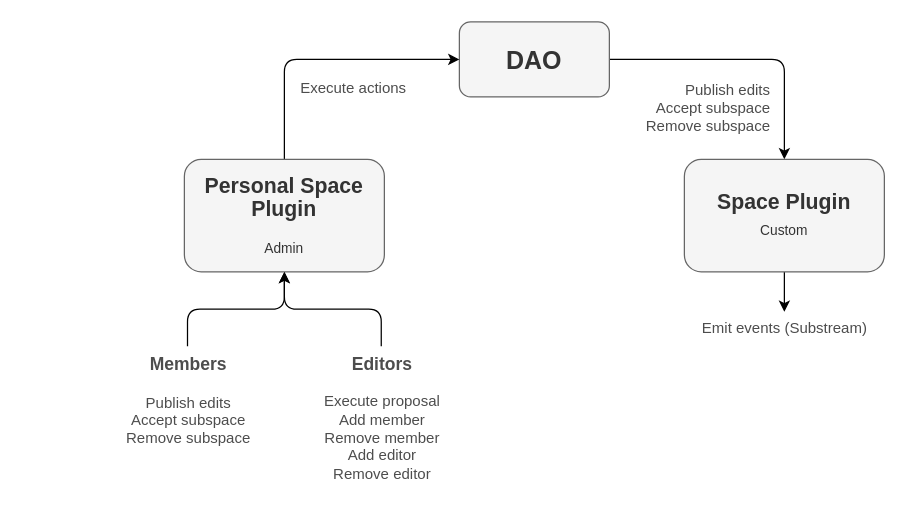
Before: page "Personal 1" (6 of 9) of img/Geo Diagrams.drawio in aragon/geo-browser-contracts, a draw.io diagram. Source tidied: cells renumbered, new cells numbered last; positions are measured from the earlier drawing's top-left corner, leaving out a move shared by most shapes. Both pictures are drawn from the tidied source at 125%, with x=0, y=0 at pixel (114, 21).
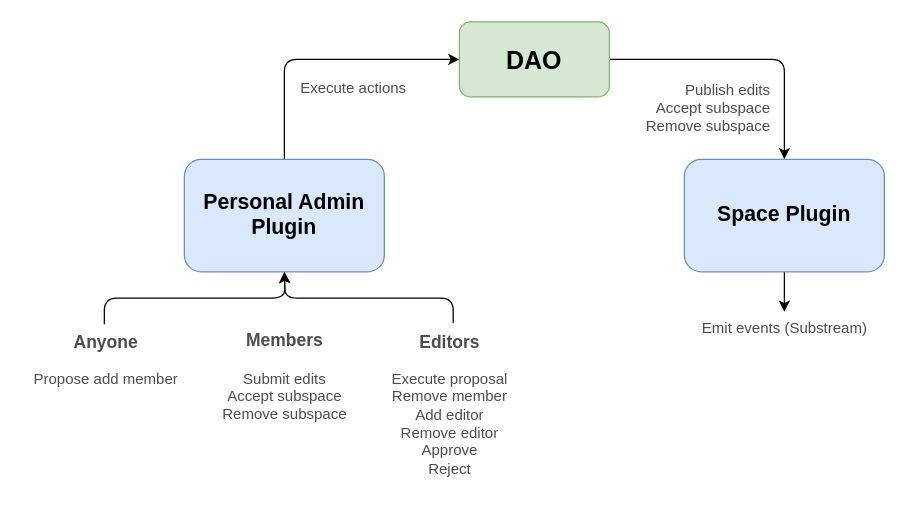
The same diagram, later.

What changed in the source:
```diff
@@
 <mxGraphModel background="#ffffff">
   <root>
     <mxCell id="0" />
     <mxCell id="1" parent="0" />
     <mxCell id="2" style="edgeStyle=orthogonalEdgeStyle;rounded=1;jettySize=auto;html=1;exitX=1;exitY=0.5;exitDx=0;exitDy=0;entryX=0.5;entryY=0;entryDx=0;entryDy=0;" parent="1" edge="1" source="3" target="7">
       <mxGeometry relative="1" as="geometry" />
     </mxCell>
-    <mxCell id="3" value="&lt;font style=&quot;font-size: 20px;&quot;&gt;&lt;b&gt;DAO&lt;/b&gt;&lt;/font&gt;" style="rounded=1;whiteSpace=wrap;html=1;fillColor=#f5f5f5;fontColor=#333333;strokeColor=#666666;" parent="1" vertex="1">
+    <mxCell id="3" value="&lt;font style=&quot;font-size: 20px;&quot;&gt;&lt;b&gt;DAO&lt;/b&gt;&lt;/font&gt;" style="rounded=1;whiteSpace=wrap;html=1;fillColor=#d5e8d4;strokeColor=#82b366;" parent="1" vertex="1">
       <mxGeometry x="276" width="120" height="60" as="geometry" />
     </mxCell>
     <mxCell id="4" style="edgeStyle=orthogonalEdgeStyle;rounded=1;jettySize=auto;html=1;exitX=0.5;exitY=0;exitDx=0;exitDy=0;entryX=0;entryY=0.5;entryDx=0;entryDy=0;" parent="1" edge="1" source="5" target="3">
       <mxGeometry relative="1" as="geometry" />
     </mxCell>
-    <mxCell id="5" value="&lt;p style=&quot;line-height: 152%;&quot;&gt;&lt;font style=&quot;&quot;&gt;&lt;b style=&quot;font-size: 17px;&quot;&gt;Personal Space&lt;/b&gt;&lt;br&gt;&lt;b style=&quot;font-size: 17px;&quot;&gt;Plugin&lt;/b&gt;&lt;/font&gt;&lt;/p&gt;&lt;div&gt;&lt;font style=&quot;&quot;&gt;&lt;font style=&quot;font-size: 11px;&quot;&gt;Admin&lt;/font&gt;&lt;/font&gt;&lt;/div&gt;&lt;p&gt;&lt;/p&gt;" style="rounded=1;whiteSpace=wrap;html=1;fillColor=#f5f5f5;fontColor=#333333;strokeColor=#666666;" parent="1" vertex="1">
+    <mxCell id="5" value="&lt;p style=&quot;line-height: 152%;&quot;&gt;&lt;font style=&quot;&quot;&gt;&lt;b style=&quot;font-size: 17px;&quot;&gt;Personal Admin Plugin&lt;/b&gt;&lt;/font&gt;&lt;/p&gt;&lt;p&gt;&lt;/p&gt;" style="rounded=1;whiteSpace=wrap;html=1;fillColor=#dae8fc;strokeColor=#6c8ebf;" parent="1" vertex="1">
       <mxGeometry x="56" y="110" width="160" height="90" as="geometry" />
     </mxCell>
     <mxCell id="6" style="edgeStyle=orthogonalEdgeStyle;rounded=1;jettySize=auto;html=1;exitX=0.5;exitY=1;exitDx=0;exitDy=0;" parent="1" edge="1" source="7" target="12">
       <mxGeometry relative="1" as="geometry" />
     </mxCell>
-    <mxCell id="7" value="&lt;font size=&quot;1&quot;&gt;&lt;b style=&quot;font-size: 17px;&quot;&gt;Space Plugin&lt;/b&gt;&lt;/font&gt;&lt;br style=&quot;font-size: 11px;&quot;&gt;&lt;span style=&quot;font-size: 11px;&quot;&gt;Custom&lt;/span&gt;&lt;font size=&quot;1&quot; style=&quot;&quot;&gt;&lt;b style=&quot;font-size: 17px;&quot;&gt;&lt;br&gt;&lt;/b&gt;&lt;/font&gt;" style="rounded=1;whiteSpace=wrap;html=1;fillColor=#f5f5f5;fontColor=#333333;strokeColor=#666666;" parent="1" vertex="1">
+    <mxCell id="7" value="&lt;font size=&quot;1&quot;&gt;&lt;b style=&quot;font-size: 17px;&quot;&gt;Space Plugin&lt;/b&gt;&lt;/font&gt;&lt;font size=&quot;1&quot; style=&quot;&quot;&gt;&lt;b style=&quot;font-size: 17px;&quot;&gt;&lt;br&gt;&lt;/b&gt;&lt;/font&gt;" style="rounded=1;whiteSpace=wrap;html=1;fillColor=#dae8fc;strokeColor=#6c8ebf;" parent="1" vertex="1">
       <mxGeometry x="456" y="110" width="160" height="90" as="geometry" />
     </mxCell>
-    <mxCell id="8" style="edgeStyle=orthogonalEdgeStyle;rounded=1;jettySize=auto;html=1;entryX=0.5;entryY=1;entryDx=0;entryDy=0;" parent="1" edge="1" source="9" target="5">
-      <mxGeometry relative="1" as="geometry" />
-    </mxCell>
-    <mxCell id="9" value="&lt;b&gt;&lt;font style=&quot;font-size: 14px;&quot;&gt;Members&lt;/font&gt;&lt;/b&gt;&lt;div&gt;&lt;br&gt;&lt;/div&gt;&lt;div&gt;Publish edits&lt;/div&gt;&lt;div&gt;Accept subspace&lt;/div&gt;&lt;div&gt;Remove subspace&lt;/div&gt;" style="text;html=1;align=center;verticalAlign=middle;points=[];strokeColor=none;fillColor=none;fontColor=#4d4d4d;" parent="1" vertex="1">
-      <mxGeometry y="259.5" width="117" height="86" as="geometry" />
-    </mxCell>
     <mxCell id="10" value="Execute actions" style="text;html=1;align=center;verticalAlign=middle;strokeColor=none;fillColor=none;fontColor=#4d4d4d;" parent="1" vertex="1">
       <mxGeometry x="136" y="38" width="110" height="30" as="geometry" />
     </mxCell>
     <mxCell id="11" value="Publish edits&lt;br&gt;Accept subspace&lt;br&gt;Remove subspace" style="text;html=1;align=right;verticalAlign=middle;strokeColor=none;fillColor=none;fontColor=#4d4d4d;" parent="1" vertex="1">
       <mxGeometry x="409" y="41" width="117" height="55" as="geometry" />
     </mxCell>
     <mxCell id="12" value="Emit events (Substream)" style="text;html=1;align=center;verticalAlign=middle;points=[];strokeColor=none;fillColor=none;fontColor=#4d4d4d;" parent="1" vertex="1">
       <mxGeometry x="461" y="232" width="150" height="26" as="geometry" />
     </mxCell>
-    <mxCell id="13" style="edgeStyle=orthogonalEdgeStyle;rounded=1;jettySize=auto;html=1;entryX=0.5;entryY=1;entryDx=0;entryDy=0;curved=0;" parent="1" edge="1" source="14" target="5">
-      <mxGeometry relative="1" as="geometry" />
-    </mxCell>
-    <mxCell id="14" value="&lt;b&gt;&lt;font style=&quot;font-size: 14px;&quot;&gt;Editors&lt;/font&gt;&lt;/b&gt;&lt;div&gt;&lt;br&gt;&lt;/div&gt;&lt;div&gt;Execute proposal&lt;/div&gt;&lt;div&gt;Add member&lt;/div&gt;&lt;div&gt;Remove member&lt;/div&gt;&lt;div&gt;Add editor&lt;/div&gt;&lt;span style=&quot;background-color: initial;&quot;&gt;Remove editor&lt;/span&gt;" style="text;html=1;align=center;verticalAlign=middle;points=[];strokeColor=none;fillColor=none;fontColor=#4d4d4d;" parent="1" vertex="1">
-      <mxGeometry x="158" y="259.5" width="111" height="115" as="geometry" />
-    </mxCell>
+    <mxCell id="15" value="&lt;b&gt;&lt;font style=&quot;font-size: 14px;&quot;&gt;Members&lt;/font&gt;&lt;/b&gt;&lt;div&gt;&lt;br&gt;&lt;/div&gt;&lt;div&gt;Submit edits&lt;/div&gt;&lt;div&gt;Accept subspace&lt;/div&gt;&lt;div&gt;Remove subspace&lt;/div&gt;" style="text;html=1;align=center;verticalAlign=middle;strokeColor=none;fillColor=none;fontColor=#4d4d4d;" parent="1" vertex="1">
+      <mxGeometry x="77.5" y="241" width="117" height="86" as="geometry" />
+    </mxCell>
+    <mxCell id="16" style="edgeStyle=orthogonalEdgeStyle;rounded=1;jettySize=auto;html=1;entryX=0.5;entryY=1;entryDx=0;entryDy=0;curved=0;exitX=0.532;exitY=0;exitDx=0;exitDy=0;exitPerimeter=0;" parent="1" edge="1" source="17">
+      <mxGeometry relative="1" as="geometry">
+        <mxPoint x="136" y="200" as="targetPoint" />
+      </mxGeometry>
+    </mxCell>
+    <mxCell id="17" value="&lt;div&gt;&lt;b&gt;&lt;font style=&quot;font-size: 14px;&quot;&gt;Editors&lt;/font&gt;&lt;/b&gt;&lt;br&gt;&lt;/div&gt;&lt;div&gt;&lt;br&gt;&lt;/div&gt;&lt;div&gt;Execute proposal&lt;/div&gt;&lt;div&gt;&lt;span style=&quot;background-color: initial;&quot;&gt;Remove member&lt;/span&gt;&lt;br&gt;&lt;/div&gt;&lt;div&gt;Add editor&lt;/div&gt;&lt;span style=&quot;background-color: initial;&quot;&gt;Remove editor&lt;/span&gt;&lt;div&gt;&lt;span style=&quot;background-color: initial;&quot;&gt;Approve&lt;/span&gt;&lt;/div&gt;&lt;div&gt;&lt;span style=&quot;background-color: initial;&quot;&gt;Reject&lt;/span&gt;&lt;/div&gt;" style="text;html=1;align=center;verticalAlign=middle;points=[];strokeColor=none;fillColor=none;fontColor=#4d4d4d;" parent="1" vertex="1">
+      <mxGeometry x="212" y="241" width="111" height="130" as="geometry" />
+    </mxCell>
+    <mxCell id="18" style="edgeStyle=orthogonalEdgeStyle;rounded=1;jettySize=auto;html=1;entryX=0.5;entryY=1;entryDx=0;entryDy=0;curved=0;exitX=0.496;exitY=0.017;exitDx=0;exitDy=0;exitPerimeter=0;" parent="1" edge="1" source="19">
+      <mxGeometry relative="1" as="geometry">
+        <mxPoint x="136" y="200" as="targetPoint" />
+      </mxGeometry>
+    </mxCell>
+    <mxCell id="19" value="&lt;div&gt;&lt;b&gt;&lt;font style=&quot;font-size: 14px;&quot;&gt;Anyone&lt;/font&gt;&lt;/b&gt;&lt;/div&gt;&lt;div&gt;&lt;br&gt;&lt;/div&gt;&lt;div&gt;Propose add member&lt;/div&gt;" style="text;html=1;align=center;verticalAlign=middle;points=[];strokeColor=none;fillColor=none;fontColor=#4d4d4d;" parent="1" vertex="1">
+      <mxGeometry x="-74" y="241" width="133" height="58" as="geometry" />
+    </mxCell>
   </root>
 </mxGraphModel>
```
